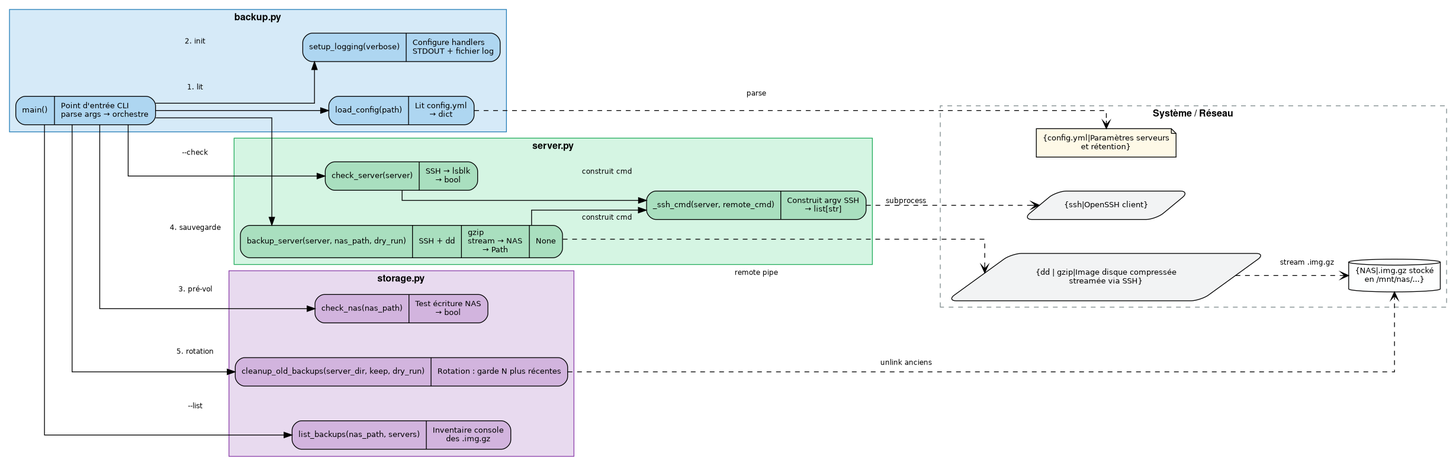
This is docs/_static/uml/modules_fonctions.png from lolo26130/sauvegardes_serveurs, a Graphviz export, as it was before one commit. Its source is kept beside it as docs/_static/uml/modules_fonctions.dot.
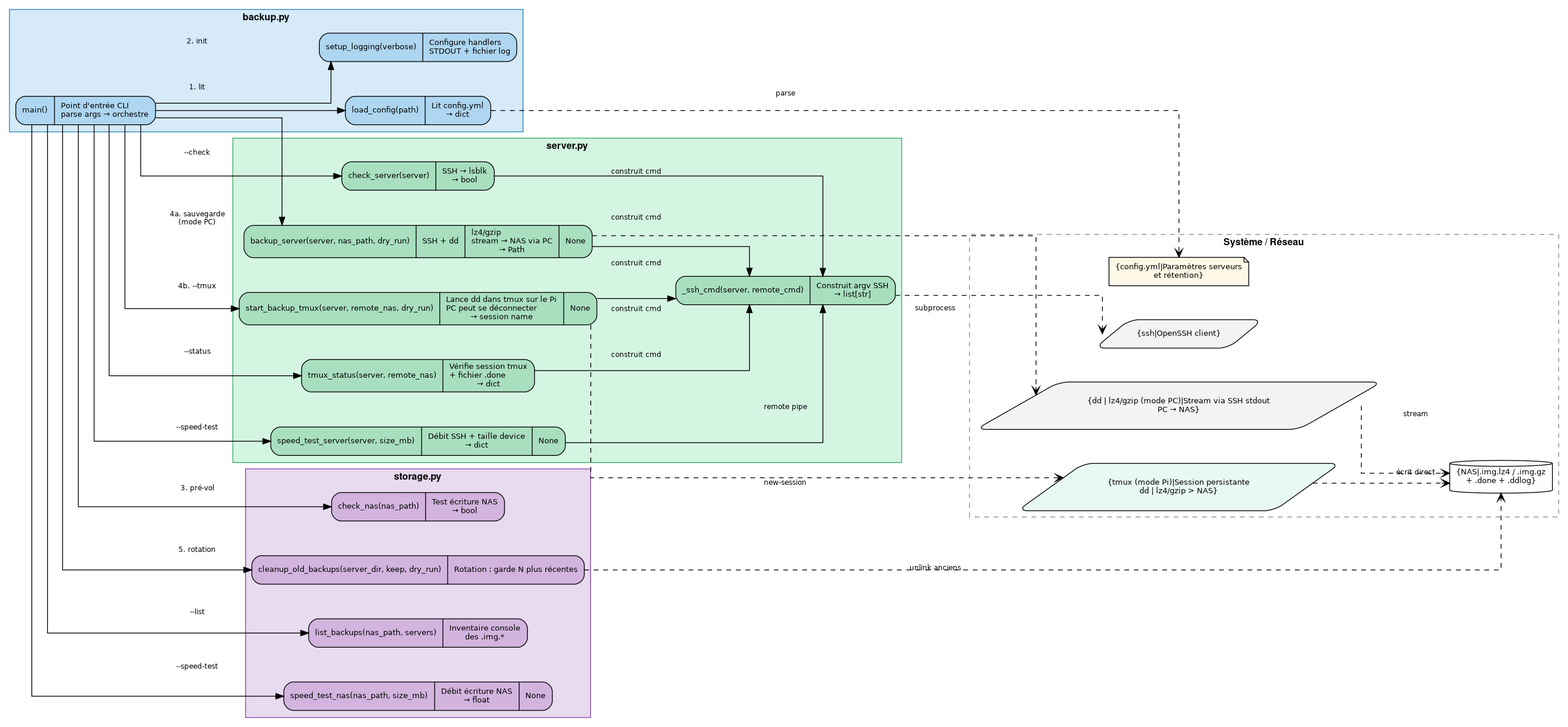
After the commit.

Change to the diagram source:
```diff
@@ -13,8 +13,8 @@
         color="#2980b9"
         fillcolor="#d6eaf8"
 
-        main        [label="{main()|Point d\'entrée CLI\lparse args → orchestre}", fillcolor="#aed6f1"]
-        load_config [label="{load_config(path)|Lit config.yml\l→ dict}", fillcolor="#aed6f1"]
+        main          [label="{main()|Point d\'entrée CLI\lparse args → orchestre}", fillcolor="#aed6f1"]
+        load_config   [label="{load_config(path)|Lit config.yml\l→ dict}", fillcolor="#aed6f1"]
         setup_logging [label="{setup_logging(verbose)|Configure handlers\lSTDOUT + fichier log}", fillcolor="#aed6f1"]
     }
 
@@ -26,9 +26,12 @@
         color="#27ae60"
         fillcolor="#d5f5e3"
 
-        check_server  [label="{check_server(server)|SSH → lsblk\l→ bool}", fillcolor="#a9dfbf"]
-        backup_server [label="{backup_server(server, nas_path, dry_run)|SSH + dd | gzip\lstream → NAS\l→ Path | None}", fillcolor="#a9dfbf"]
-        _ssh_cmd      [label="{_ssh_cmd(server, remote_cmd)|Construit argv SSH\l→ list[str]}", fillcolor="#a9dfbf"]
+        check_server       [label="{check_server(server)|SSH → lsblk\l→ bool}", fillcolor="#a9dfbf"]
+        backup_server      [label="{backup_server(server, nas_path, dry_run)|SSH + dd | lz4/gzip\lstream → NAS via PC\l→ Path | None}", fillcolor="#a9dfbf"]
+        start_backup_tmux  [label="{start_backup_tmux(server, remote_nas, dry_run)|Lance dd dans tmux sur le Pi\lPC peut se déconnecter\l→ session name | None}", fillcolor="#a9dfbf"]
+        tmux_status        [label="{tmux_status(server, remote_nas)|Vérifie session tmux\l+ fichier .done\l→ dict}", fillcolor="#a9dfbf"]
+        speed_test_server  [label="{speed_test_server(server, size_mb)|Débit SSH + taille device\l→ dict | None}", fillcolor="#a9dfbf"]
+        _ssh_cmd           [label="{_ssh_cmd(server, remote_cmd)|Construit argv SSH\l→ list[str]}", fillcolor="#a9dfbf"]
     }
 
     subgraph cluster_storage {
@@ -39,9 +42,10 @@
         color="#8e44ad"
         fillcolor="#e8daef"
 
-        check_nas    [label="{check_nas(nas_path)|Test écriture NAS\l→ bool}", fillcolor="#d2b4de"]
-        cleanup      [label="{cleanup_old_backups(server_dir, keep, dry_run)|Rotation : garde N plus récentes}", fillcolor="#d2b4de"]
-        list_backups [label="{list_backups(nas_path, servers)|Inventaire console\ldes .img.gz}", fillcolor="#d2b4de"]
+        check_nas       [label="{check_nas(nas_path)|Test écriture NAS\l→ bool}", fillcolor="#d2b4de"]
+        cleanup         [label="{cleanup_old_backups(server_dir, keep, dry_run)|Rotation : garde N plus récentes}", fillcolor="#d2b4de"]
+        list_backups    [label="{list_backups(nas_path, servers)|Inventaire console\ldes .img.*}", fillcolor="#d2b4de"]
+        speed_test_nas  [label="{speed_test_nas(nas_path, size_mb)|Débit écriture NAS\l→ float | None}", fillcolor="#d2b4de"]
     }
 
     subgraph cluster_extern {
@@ -51,26 +55,36 @@
         style="dashed"
         color="#7f8c8d"
 
-        ssh   [label="{ssh|OpenSSH client}", shape=parallelogram, fillcolor="#f2f3f4"]
-        dd    [label="{dd | gzip|Image disque compressée\nstreamée via SSH}", shape=parallelogram, fillcolor="#f2f3f4"]
-        nas   [label="{NAS|.img.gz stocké\nen /mnt/nas/...}", shape=cylinder, fillcolor="#fdfefe"]
-        yaml  [label="{config.yml|Paramètres serveurs\net rétention}", shape=note, fillcolor="#fef9e7"]
+        ssh    [label="{ssh|OpenSSH client}", shape=parallelogram, fillcolor="#f2f3f4"]
+        dd_pc  [label="{dd | lz4/gzip (mode PC)|Stream via SSH stdout\nPC → NAS}", shape=parallelogram, fillcolor="#f2f3f4"]
+        tmux   [label="{tmux (mode Pi)|Session persistante\ndd | lz4/gzip > NAS}", shape=parallelogram, fillcolor="#e8f8f5"]
+        nas    [label="{NAS|.img.lz4 / .img.gz\n+ .done + .ddlog}", shape=cylinder, fillcolor="#fdfefe"]
+        yaml   [label="{config.yml|Paramètres serveurs\net rétention}", shape=note, fillcolor="#fef9e7"]
     }
 
-    main -> load_config   [label="1. lit"]
-    main -> setup_logging [label="2. init"]
-    main -> check_nas     [label="3. pré-vol"]
-    main -> check_server  [label="--check"]
-    main -> backup_server [label="4. sauvegarde"]
-    main -> cleanup       [label="5. rotation"]
-    main -> list_backups  [label="--list"]
+    main -> load_config        [label="1. lit"]
+    main -> setup_logging      [label="2. init"]
+    main -> check_nas          [label="3. pré-vol"]
+    main -> check_server       [label="--check"]
+    main -> speed_test_server  [label="--speed-test"]
+    main -> speed_test_nas     [label="--speed-test"]
+    main -> backup_server      [label="4a. sauvegarde\l(mode PC)"]
+    main -> start_backup_tmux  [label="4b. --tmux"]
+    main -> tmux_status        [label="--status"]
+    main -> cleanup            [label="5. rotation"]
+    main -> list_backups       [label="--list"]
 
-    backup_server -> _ssh_cmd [label="construit cmd"]
-    check_server  -> _ssh_cmd [label="construit cmd"]
+    backup_server     -> _ssh_cmd [label="construit cmd"]
+    check_server      -> _ssh_cmd [label="construit cmd"]
+    start_backup_tmux -> _ssh_cmd [label="construit cmd"]
+    tmux_status       -> _ssh_cmd [label="construit cmd"]
+    speed_test_server -> _ssh_cmd [label="construit cmd"]
 
-    load_config  -> yaml  [style=dashed, arrowhead=open, label="parse"]
-    _ssh_cmd     -> ssh   [style=dashed, arrowhead=open, label="subprocess"]
-    backup_server -> dd   [style=dashed, arrowhead=open, label="remote pipe"]
-    dd           -> nas   [style=dashed, arrowhead=open, label="stream .img.gz"]
-    cleanup      -> nas   [style=dashed, arrowhead=open, label="unlink anciens"]
+    load_config       -> yaml   [style=dashed, arrowhead=open, label="parse"]
+    _ssh_cmd          -> ssh    [style=dashed, arrowhead=open, label="subprocess"]
+    backup_server     -> dd_pc  [style=dashed, arrowhead=open, label="remote pipe"]
+    dd_pc             -> nas    [style=dashed, arrowhead=open, label="stream"]
+    start_backup_tmux -> tmux   [style=dashed, arrowhead=open, label="new-session"]
+    tmux              -> nas    [style=dashed, arrowhead=open, label="écrit direct"]
+    cleanup           -> nas    [style=dashed, arrowhead=open, label="unlink anciens"]
 }
```
